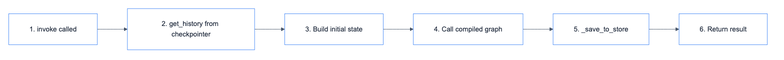
This is docs/assets/diagrams/repositories/chatbots_base_1.png from mhokchuekchuek/mtl_agent, a Mermaid export, as it was before one commit. Its source is kept beside it as docs/assets/diagrams/repositories/chatbots_base_1.mmd.
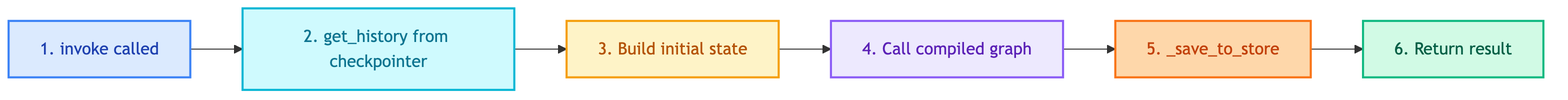
After the commit.

Diff of the diagram source:
```diff
@@ -8,13 +8,13 @@
     classDef invoke fill:#dbeafe,stroke:#3b82f6,stroke-width:2px,color:#1e40af
     classDef checkpoint fill:#cffafe,stroke:#06b6d4,stroke-width:2px,color:#0e7490
     classDef state fill:#fef3c7,stroke:#f59e0b,stroke-width:2px,color:#b45309
-    classDef graph fill:#ede9fe,stroke:#8b5cf6,stroke-width:2px,color:#5b21b6
+    classDef flowgraph fill:#ede9fe,stroke:#8b5cf6,stroke-width:2px,color:#5b21b6
     classDef store fill:#fed7aa,stroke:#f97316,stroke-width:2px,color:#c2410c
     classDef result fill:#d1fae5,stroke:#10b981,stroke-width:2px,color:#065f46
 
     class 1 invoke
     class 2 checkpoint
     class 3 state
-    class 4 graph
+    class 4 flowgraph
     class 5 store
     class 6 result
```
